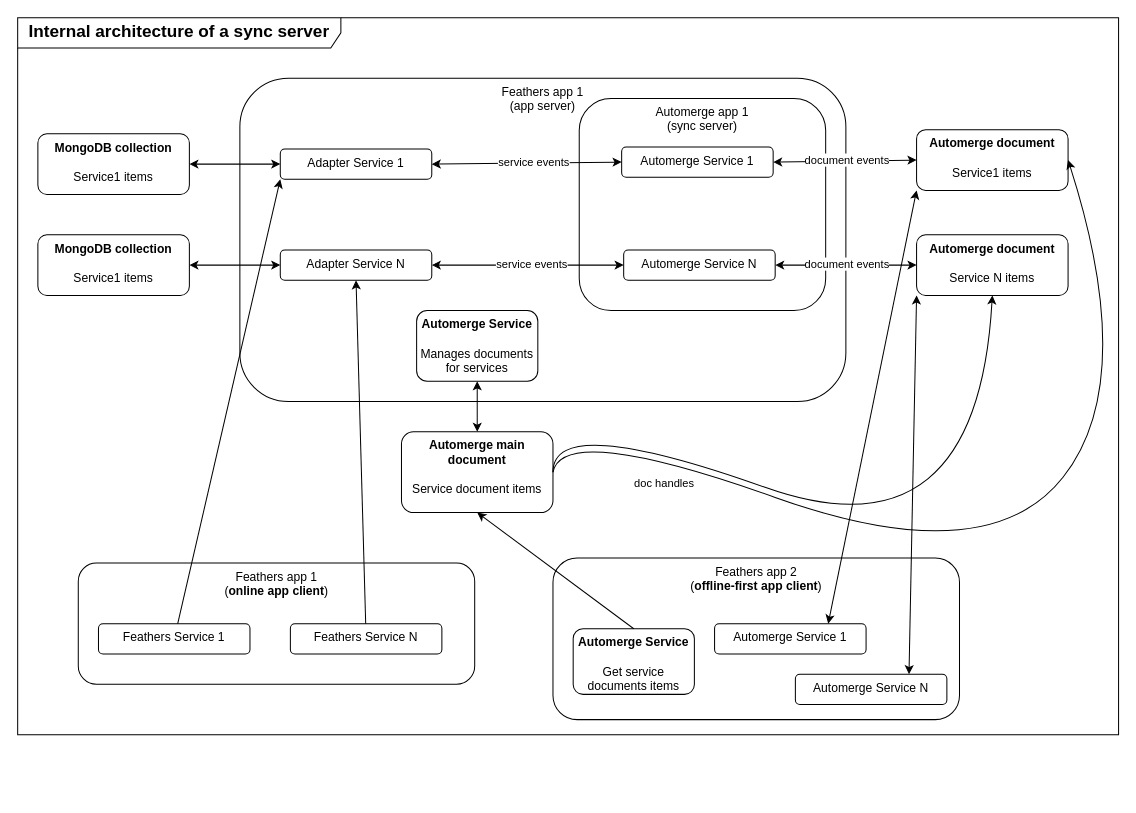
kalisio/offline-sync keeps this draw.io diagram as page "Sync server architecture" (1 of 4) of diagram.drawio. Above is the earlier version. Source tidied: cells renumbered, new cells numbered last; positions are measured from the earlier drawing's top-left corner, leaving out a move shared by most shapes. Both pictures are drawn from the tidied source at 101%, with x=0, y=0 at pixel (17, 17).
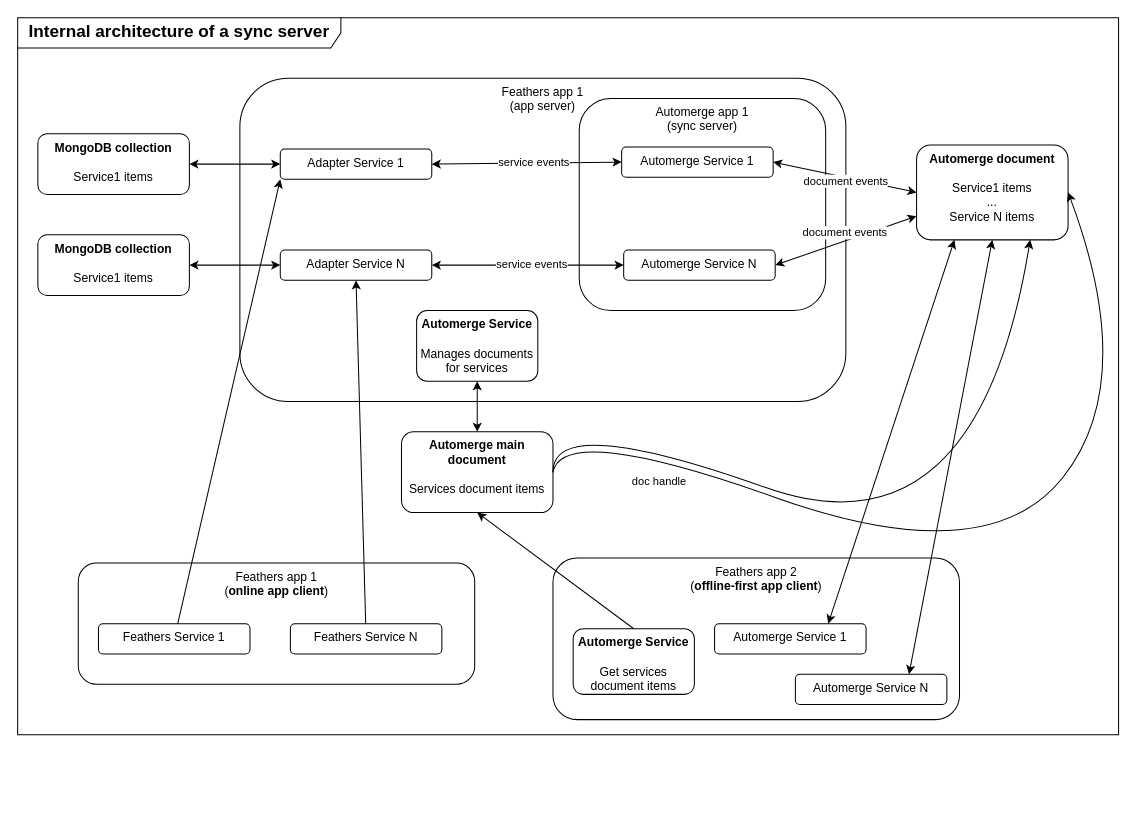
The same diagram, later.

Unchanged cells that the change refers to:
```xml
<mxCell id="10" value="Automerge Service N" style="rounded=1;whiteSpace=wrap;html=1;verticalAlign=top;" parent="1" vertex="1">
  <mxGeometry x="600" y="230" width="150" height="30" as="geometry" />
</mxCell>
<mxCell id="26" style="curved=1;endArrow=classic;html=1;rounded=0;exitX=1;exitY=0.5;exitDx=0;exitDy=0;entryX=1;entryY=0.5;entryDx=0;entryDy=0;" parent="1" edge="1" source="5" target="6">
  <mxGeometry relative="1" as="geometry">
    <Array as="points">
      <mxPoint x="540" y="400" />
      <mxPoint x="960" y="550" />
      <mxPoint x="1110" y="360" />
    </Array>
  </mxGeometry>
</mxCell>
<mxCell id="28" style="group;" parent="1" vertex="1">
  <mxGeometry x="580" y="540" width="402.5" height="230" as="geometry" />
</mxCell>
<mxCell id="31" value="Automerge Service 1" style="rounded=1;whiteSpace=wrap;html=1;verticalAlign=top;" parent="28" vertex="1">
  <mxGeometry x="110" y="60" width="150" height="30" as="geometry" />
</mxCell>
<mxCell id="32" value="Automerge Service N" style="rounded=1;whiteSpace=wrap;html=1;verticalAlign=top;" parent="28" vertex="1">
  <mxGeometry x="190" y="110" width="150" height="30" as="geometry" />
</mxCell>
```

Diff of the diagram source:
```diff
@@
-    <mxCell id="5" value="&lt;b&gt;Automerge main document&lt;/b&gt;&lt;div&gt;&lt;br&gt;&lt;/div&gt;&lt;div&gt;Service document items&lt;/div&gt;" style="rounded=1;whiteSpace=wrap;html=1;verticalAlign=top;" parent="1" vertex="1">
+    <mxCell id="5" value="&lt;b&gt;Automerge main document&lt;/b&gt;&lt;div&gt;&lt;br&gt;&lt;/div&gt;&lt;div&gt;Services document items&lt;/div&gt;" style="rounded=1;whiteSpace=wrap;html=1;verticalAlign=top;" parent="1" vertex="1">
       <mxGeometry x="380" y="410" width="150" height="80" as="geometry" />
     </mxCell>
-    <mxCell id="6" value="&lt;b&gt;Automerge document&lt;/b&gt;&lt;div&gt;&lt;br&gt;&lt;/div&gt;&lt;div&gt;Service1 items&lt;/div&gt;" style="rounded=1;whiteSpace=wrap;html=1;verticalAlign=top;" parent="1" vertex="1">
-      <mxGeometry x="890" y="111" width="150" height="60" as="geometry" />
+    <mxCell id="6" value="&lt;b&gt;Automerge document&lt;/b&gt;&lt;div&gt;&lt;br&gt;&lt;/div&gt;&lt;div&gt;Service1 items&lt;/div&gt;&lt;div&gt;...&lt;/div&gt;&lt;div&gt;Service N items&lt;/div&gt;" style="rounded=1;whiteSpace=wrap;html=1;verticalAlign=top;" parent="1" vertex="1">
+      <mxGeometry x="890" y="126" width="150" height="94" as="geometry" />
     </mxCell>
-    <mxCell id="7" value="&lt;b&gt;Automerge document&lt;/b&gt;&lt;div&gt;&lt;br&gt;&lt;/div&gt;&lt;div&gt;Service N items&lt;/div&gt;" style="rounded=1;whiteSpace=wrap;html=1;verticalAlign=top;" parent="1" vertex="1">
-      <mxGeometry x="890" y="215" width="150" height="60" as="geometry" />
-    </mxCell>
@@
-    <mxCell id="13" style="endArrow=classic;startArrow=classic;html=1;rounded=0;entryX=1;entryY=0.5;entryDx=0;entryDy=0;exitX=0;exitY=0.5;exitDx=0;exitDy=0;" parent="1" edge="1" source="7" target="10">
+    <mxCell id="13" style="endArrow=classic;startArrow=classic;html=1;rounded=0;entryX=1;entryY=0.5;entryDx=0;entryDy=0;exitX=0;exitY=0.75;exitDx=0;exitDy=0;" parent="1" edge="1" source="6" target="10">
       <mxGeometry relative="1" as="geometry" />
     </mxCell>
@@
-    <mxCell id="25" style="curved=1;endArrow=classic;html=1;rounded=0;exitX=1;exitY=0.5;exitDx=0;exitDy=0;entryX=0.5;entryY=1;entryDx=0;entryDy=0;" parent="1" edge="1" source="5" target="7">
+    <mxCell id="25" style="curved=1;endArrow=classic;html=1;rounded=0;exitX=1;exitY=0.5;exitDx=0;exitDy=0;entryX=0.75;entryY=1;entryDx=0;entryDy=0;" parent="1" edge="1" source="5" target="6">
       <mxGeometry relative="1" as="geometry">
         <Array as="points">
           <mxPoint x="530" y="390" />
           <mxPoint x="950" y="540" />
         </Array>
       </mxGeometry>
     </mxCell>
@@
-    <mxCell id="27" value="doc handles" style="edgeLabel;html=1;align=center;verticalAlign=middle;" parent="26" vertex="1">
+    <mxCell id="27" value="doc handle" style="edgeLabel;html=1;align=center;verticalAlign=middle;" parent="26" vertex="1">
       <mxGeometry x="-0.66" y="-23" relative="1" as="geometry" />
     </mxCell>
@@
-    <mxCell id="30" value="&lt;b&gt;Automerge Service&lt;/b&gt;&lt;div&gt;&lt;br&gt;&lt;/div&gt;&lt;div&gt;Get service&lt;br&gt;documents items&lt;/div&gt;" style="rounded=1;whiteSpace=wrap;html=1;verticalAlign=top;" parent="28" vertex="1">
+    <mxCell id="30" value="&lt;b&gt;Automerge Service&lt;/b&gt;&lt;div&gt;&lt;br&gt;&lt;/div&gt;&lt;div&gt;Get services&lt;br&gt;document items&lt;/div&gt;" style="rounded=1;whiteSpace=wrap;html=1;verticalAlign=top;" parent="28" vertex="1">
       <mxGeometry x="-30" y="65" width="120" height="65" as="geometry" />
     </mxCell>
@@
-    <mxCell id="34" style="endArrow=classic;startArrow=classic;html=1;rounded=0;entryX=0.75;entryY=0;entryDx=0;entryDy=0;exitX=0;exitY=1;exitDx=0;exitDy=0;" parent="1" edge="1" source="6" target="31">
+    <mxCell id="34" style="endArrow=classic;startArrow=classic;html=1;rounded=0;entryX=0.75;entryY=0;entryDx=0;entryDy=0;exitX=0.25;exitY=1;exitDx=0;exitDy=0;" parent="1" edge="1" source="6" target="31">
       <mxGeometry relative="1" as="geometry" />
     </mxCell>
-    <mxCell id="35" style="endArrow=classic;startArrow=classic;html=1;rounded=0;entryX=0.75;entryY=0;entryDx=0;entryDy=0;exitX=0;exitY=1;exitDx=0;exitDy=0;" parent="1" edge="1" source="7" target="32">
+    <mxCell id="35" style="endArrow=classic;startArrow=classic;html=1;rounded=0;entryX=0.75;entryY=0;entryDx=0;entryDy=0;exitX=0.5;exitY=1;exitDx=0;exitDy=0;" parent="1" edge="1" source="6" target="32">
       <mxGeometry relative="1" as="geometry" />
     </mxCell>
```
